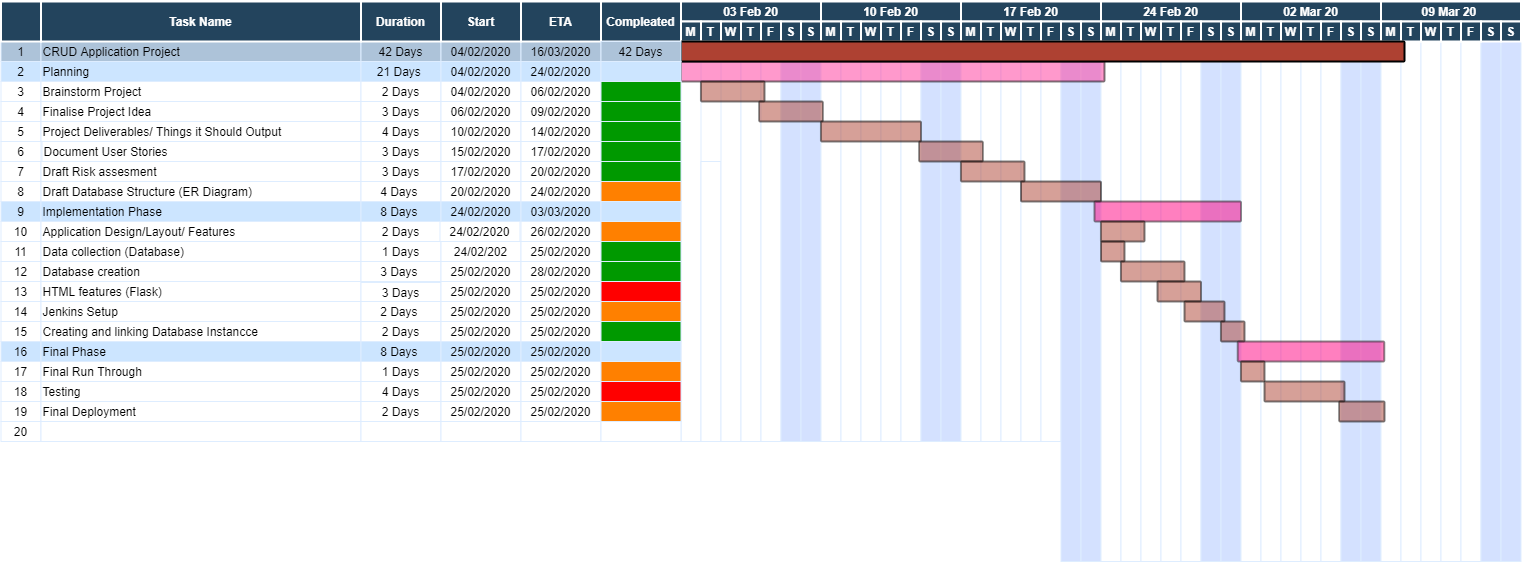
This is Documentation/Gnatt Project Planning Chart.png from zReginaldo/QA-CRUD-PROJECT, a draw.io export, as it was before one commit. Source tidied: cells renumbered, new cells last; positions are measured from the earlier drawing's top-left corner, leaving out a move shared by most shapes.
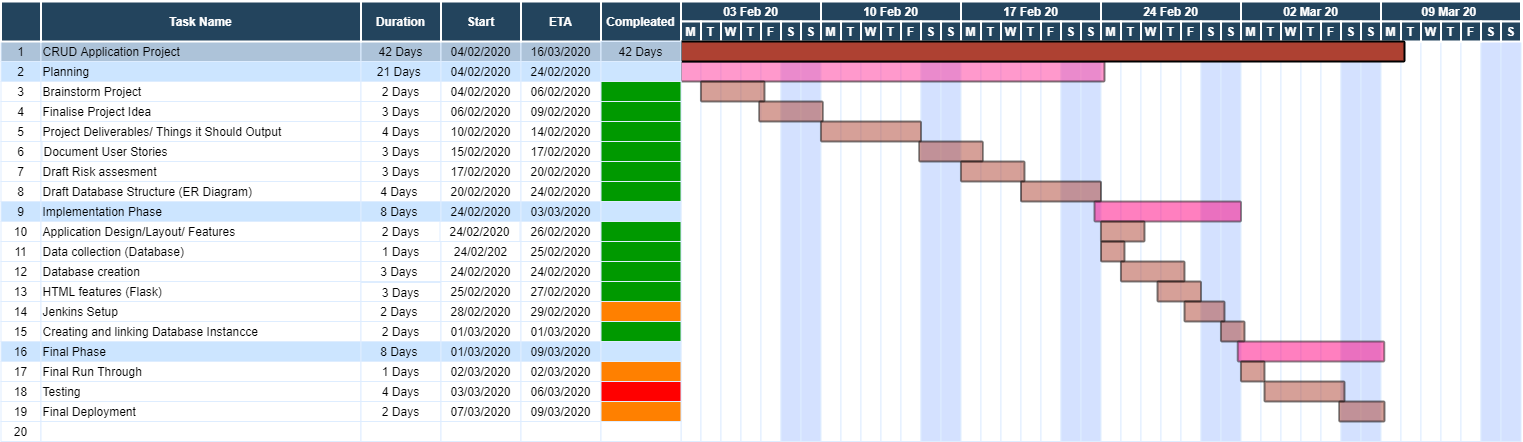
The same file after the commit.

The edit, as a diff of the source:
```diff
@@ -198,7 +198,7 @@
       <mxGeometry x="680.5" y="40" width="20" height="400" as="geometry" />
     </mxCell>
     <mxCell id="67" style="strokeColor=#DEEDFF;" parent="1" vertex="1">
-      <mxGeometry x="700.5" y="160" width="20" height="280" as="geometry" />
+      <mxGeometry x="700.5" y="60" width="20" height="380" as="geometry" />
     </mxCell>
     <mxCell id="68" style="strokeColor=#DEEDFF;" parent="1" vertex="1">
       <mxGeometry x="720.5" y="40" width="20" height="400" as="geometry" />
@@ -252,73 +252,73 @@
       <mxGeometry x="1040.5" y="40" width="20" height="400" as="geometry" />
     </mxCell>
     <mxCell id="85" style="strokeColor=#DEEDFF;fillColor=#D4E1FF;" parent="1" vertex="1">
-      <mxGeometry x="1060.5" y="40" width="20" height="520" as="geometry" />
+      <mxGeometry x="1060.5" y="40" width="20" height="400" as="geometry" />
     </mxCell>
     <mxCell id="86" style="strokeColor=#DEEDFF;fillColor=#D4E1FF;" parent="1" vertex="1">
-      <mxGeometry x="1080.5" y="40" width="20" height="520" as="geometry" />
+      <mxGeometry x="1080.5" y="40" width="20" height="400" as="geometry" />
     </mxCell>
     <mxCell id="87" style="strokeColor=#DEEDFF;" parent="1" vertex="1">
-      <mxGeometry x="1100.5" y="40" width="20" height="520" as="geometry" />
+      <mxGeometry x="1100.5" y="40" width="20" height="400" as="geometry" />
     </mxCell>
     <mxCell id="88" style="strokeColor=#DEEDFF;" parent="1" vertex="1">
-      <mxGeometry x="1120.5" y="40" width="20" height="520" as="geometry" />
+      <mxGeometry x="1120.5" y="40" width="20" height="400" as="geometry" />
     </mxCell>
     <mxCell id="89" style="strokeColor=#DEEDFF;" parent="1" vertex="1">
-      <mxGeometry x="1140.5" y="40" width="20" height="520" as="geometry" />
+      <mxGeometry x="1140.5" y="40" width="20" height="400" as="geometry" />
     </mxCell>
     <mxCell id="90" style="strokeColor=#DEEDFF;" parent="1" vertex="1">
-      <mxGeometry x="1160.5" y="40" width="20" height="520" as="geometry" />
+      <mxGeometry x="1160.5" y="40" width="20" height="400" as="geometry" />
     </mxCell>
     <mxCell id="91" style="strokeColor=#DEEDFF;" parent="1" vertex="1">
-      <mxGeometry x="1180.5" y="40" width="20" height="520" as="geometry" />
+      <mxGeometry x="1180.5" y="40" width="20" height="400" as="geometry" />
     </mxCell>
     <mxCell id="92" style="strokeColor=#DEEDFF;fillColor=#D4E1FF;" parent="1" vertex="1">
-      <mxGeometry x="1200.5" y="40" width="20" height="520" as="geometry" />
+      <mxGeometry x="1200.5" y="40" width="20" height="400" as="geometry" />
     </mxCell>
     <mxCell id="93" style="strokeColor=#DEEDFF;fillColor=#D4E1FF;" parent="1" vertex="1">
-      <mxGeometry x="1220.5" y="40" width="20" height="520" as="geometry" />
+      <mxGeometry x="1220.5" y="40" width="20" height="400" as="geometry" />
     </mxCell>
     <mxCell id="94" style="strokeColor=#DEEDFF;" parent="1" vertex="1">
-      <mxGeometry x="1240.5" y="40" width="20" height="520" as="geometry" />
+      <mxGeometry x="1240.5" y="40" width="20" height="400" as="geometry" />
     </mxCell>
     <mxCell id="95" style="strokeColor=#DEEDFF;" parent="1" vertex="1">
-      <mxGeometry x="1260.5" y="40" width="20" height="520" as="geometry" />
+      <mxGeometry x="1260.5" y="40" width="20" height="400" as="geometry" />
     </mxCell>
     <mxCell id="96" style="strokeColor=#DEEDFF;" parent="1" vertex="1">
-      <mxGeometry x="1280.5" y="40" width="20" height="520" as="geometry" />
+      <mxGeometry x="1280.5" y="40" width="20" height="400" as="geometry" />
     </mxCell>
     <mxCell id="97" style="strokeColor=#DEEDFF;" parent="1" vertex="1">
-      <mxGeometry x="1300.5" y="40" width="20" height="520" as="geometry" />
+      <mxGeometry x="1300.5" y="40" width="20" height="400" as="geometry" />
     </mxCell>
     <mxCell id="98" style="strokeColor=#DEEDFF;" parent="1" vertex="1">
-      <mxGeometry x="1320.5" y="40" width="20" height="520" as="geometry" />
+      <mxGeometry x="1320.5" y="40" width="20" height="400" as="geometry" />
     </mxCell>
     <mxCell id="99" style="strokeColor=#DEEDFF;fillColor=#D4E1FF;" parent="1" vertex="1">
-      <mxGeometry x="1340.5" y="40" width="20" height="520" as="geometry" />
+      <mxGeometry x="1340.5" y="40" width="20" height="400" as="geometry" />
     </mxCell>
     <mxCell id="100" style="strokeColor=#DEEDFF;fillColor=#D4E1FF;" parent="1" vertex="1">
-      <mxGeometry x="1360.5" y="40" width="20" height="520" as="geometry" />
+      <mxGeometry x="1360.5" y="40" width="20" height="400" as="geometry" />
     </mxCell>
     <mxCell id="101" style="strokeColor=#DEEDFF;" parent="1" vertex="1">
-      <mxGeometry x="1380.5" y="40" width="20" height="520" as="geometry" />
+      <mxGeometry x="1380.5" y="40" width="20" height="400" as="geometry" />
     </mxCell>
     <mxCell id="102" style="strokeColor=#DEEDFF;" parent="1" vertex="1">
-      <mxGeometry x="1400.5" y="40" width="20" height="520" as="geometry" />
+      <mxGeometry x="1400.5" y="40" width="20" height="400" as="geometry" />
     </mxCell>
     <mxCell id="103" style="strokeColor=#DEEDFF;" parent="1" vertex="1">
-      <mxGeometry x="1420.5" y="40" width="20" height="520" as="geometry" />
+      <mxGeometry x="1420.5" y="40" width="20" height="400" as="geometry" />
     </mxCell>
     <mxCell id="104" style="strokeColor=#DEEDFF;" parent="1" vertex="1">
-      <mxGeometry x="1440.5" y="40" width="20" height="520" as="geometry" />
+      <mxGeometry x="1440.5" y="40" width="20" height="400" as="geometry" />
     </mxCell>
     <mxCell id="105" style="strokeColor=#DEEDFF;" parent="1" vertex="1">
-      <mxGeometry x="1460.5" y="40" width="20" height="520" as="geometry" />
+      <mxGeometry x="1460.5" y="40" width="20" height="400" as="geometry" />
     </mxCell>
     <mxCell id="106" style="strokeColor=#DEEDFF;fillColor=#D4E1FF;" parent="1" vertex="1">
-      <mxGeometry x="1480.5" y="40" width="20" height="520" as="geometry" />
+      <mxGeometry x="1480.5" y="40" width="20" height="400" as="geometry" />
     </mxCell>
     <mxCell id="107" style="strokeColor=#DEEDFF;fillColor=#D4E1FF;" parent="1" vertex="1">
-      <mxGeometry x="1500.5" y="40" width="20" height="520" as="geometry" />
+      <mxGeometry x="1500.5" y="40" width="20" height="400" as="geometry" />
     </mxCell>
     <mxCell id="108" value="03 Feb 20" style="fillColor=#23445D;strokeColor=#FFFFFF;strokeWidth=2;fontColor=#FFFFFF;fontStyle=1;" parent="1" vertex="1">
       <mxGeometry x="680.5" width="140" height="20" as="geometry" />
@@ -554,52 +554,52 @@
     <mxCell id="185" value="25/02/2020" style="strokeColor=#DEEDFF;" parent="1" vertex="1">
       <mxGeometry x="520.5" y="240" width="80" height="20" as="geometry" />
     </mxCell>
-    <mxCell id="186" value="25/02/2020" style="strokeColor=#DEEDFF;" parent="1" vertex="1">
+    <mxCell id="186" value="24/02/2020" style="strokeColor=#DEEDFF;" parent="1" vertex="1">
       <mxGeometry x="440.5" y="260" width="80" height="20" as="geometry" />
     </mxCell>
-    <mxCell id="187" value="28/02/2020" style="strokeColor=#DEEDFF;" parent="1" vertex="1">
+    <mxCell id="187" value="24/02/2020" style="strokeColor=#DEEDFF;" parent="1" vertex="1">
       <mxGeometry x="520.5" y="260" width="80" height="20" as="geometry" />
     </mxCell>
     <mxCell id="188" value="25/02/2020" style="strokeColor=#DEEDFF;" parent="1" vertex="1">
       <mxGeometry x="440.5" y="280" width="80" height="20" as="geometry" />
     </mxCell>
-    <mxCell id="189" value="25/02/2020" style="strokeColor=#DEEDFF;" parent="1" vertex="1">
+    <mxCell id="189" value="27/02/2020" style="strokeColor=#DEEDFF;" parent="1" vertex="1">
       <mxGeometry x="520.5" y="280" width="80" height="20" as="geometry" />
     </mxCell>
-    <mxCell id="190" value="25/02/2020" style="strokeColor=#DEEDFF;" parent="1" vertex="1">
+    <mxCell id="190" value="28/02/2020" style="strokeColor=#DEEDFF;" parent="1" vertex="1">
       <mxGeometry x="440.5" y="300" width="80" height="20" as="geometry" />
     </mxCell>
-    <mxCell id="191" value="25/02/2020" style="strokeColor=#DEEDFF;" parent="1" vertex="1">
+    <mxCell id="191" value="29/02/2020" style="strokeColor=#DEEDFF;" parent="1" vertex="1">
       <mxGeometry x="520.5" y="300" width="80" height="20" as="geometry" />
     </mxCell>
-    <mxCell id="192" value="25/02/2020" style="strokeColor=#DEEDFF;fillColor=#FFFFFF;" parent="1" vertex="1">
+    <mxCell id="192" value="01/03/2020" style="strokeColor=#DEEDFF;fillColor=#FFFFFF;" parent="1" vertex="1">
       <mxGeometry x="440.5" y="320" width="80" height="20" as="geometry" />
     </mxCell>
-    <mxCell id="193" value="25/02/2020" style="strokeColor=#DEEDFF;fillColor=#FFFFFF;" parent="1" vertex="1">
+    <mxCell id="193" value="01/03/2020" style="strokeColor=#DEEDFF;fillColor=#FFFFFF;" parent="1" vertex="1">
       <mxGeometry x="520.5" y="320" width="80" height="20" as="geometry" />
     </mxCell>
-    <mxCell id="194" value="25/02/2020" style="strokeColor=#DEEDFF;fillColor=#CCE5FF;" parent="1" vertex="1">
+    <mxCell id="194" value="01/03/2020" style="strokeColor=#DEEDFF;fillColor=#CCE5FF;" parent="1" vertex="1">
       <mxGeometry x="440.5" y="340" width="80" height="20" as="geometry" />
     </mxCell>
-    <mxCell id="195" value="25/02/2020" style="strokeColor=#DEEDFF;fillColor=#CCE5FF;" parent="1" vertex="1">
+    <mxCell id="195" value="09/03/2020" style="strokeColor=#DEEDFF;fillColor=#CCE5FF;" parent="1" vertex="1">
       <mxGeometry x="520.5" y="340" width="80" height="20" as="geometry" />
     </mxCell>
-    <mxCell id="196" value="25/02/2020" style="strokeColor=#DEEDFF;" parent="1" vertex="1">
+    <mxCell id="196" value="02/03/2020" style="strokeColor=#DEEDFF;" parent="1" vertex="1">
       <mxGeometry x="440.5" y="360" width="80" height="20" as="geometry" />
     </mxCell>
-    <mxCell id="197" value="25/02/2020" style="strokeColor=#DEEDFF;" parent="1" vertex="1">
+    <mxCell id="197" value="02/03/2020" style="strokeColor=#DEEDFF;" parent="1" vertex="1">
       <mxGeometry x="520.5" y="360" width="80" height="20" as="geometry" />
     </mxCell>
-    <mxCell id="198" value="25/02/2020" style="strokeColor=#DEEDFF;" parent="1" vertex="1">
+    <mxCell id="198" value="03/03/2020" style="strokeColor=#DEEDFF;" parent="1" vertex="1">
       <mxGeometry x="440.5" y="380" width="80" height="20" as="geometry" />
     </mxCell>
-    <mxCell id="199" value="25/02/2020" style="strokeColor=#DEEDFF;" parent="1" vertex="1">
+    <mxCell id="199" value="06/03/2020" style="strokeColor=#DEEDFF;" parent="1" vertex="1">
       <mxGeometry x="520.5" y="380" width="80" height="20" as="geometry" />
     </mxCell>
-    <mxCell id="200" value="25/02/2020" style="strokeColor=#DEEDFF;" parent="1" vertex="1">
+    <mxCell id="200" value="07/03/2020" style="strokeColor=#DEEDFF;" parent="1" vertex="1">
       <mxGeometry x="440.5" y="400" width="80" height="20" as="geometry" />
     </mxCell>
-    <mxCell id="201" value="25/02/2020" style="strokeColor=#DEEDFF;" parent="1" vertex="1">
+    <mxCell id="201" value="09/03/2020" style="strokeColor=#DEEDFF;" parent="1" vertex="1">
       <mxGeometry x="520.5" y="400" width="80" height="20" as="geometry" />
     </mxCell>
     <mxCell id="202" style="strokeColor=#DEEDFF;" parent="1" vertex="1">
@@ -638,7 +638,7 @@
     <mxCell id="213" style="strokeColor=#DEEDFF;fillColor=#CCE5FF;" parent="1" vertex="1">
       <mxGeometry x="600.5" y="200" width="80" height="20" as="geometry" />
     </mxCell>
-    <mxCell id="214" style="strokeColor=#DEEDFF;fillColor=#FF8000;" parent="1" vertex="1">
+    <mxCell id="214" style="strokeColor=#DEEDFF;fillColor=#009900;" parent="1" vertex="1">
       <mxGeometry x="600.5" y="220" width="80" height="20" as="geometry" />
     </mxCell>
     <mxCell id="215" style="strokeColor=#DEEDFF;fillColor=#009900;" parent="1" vertex="1">
@@ -647,7 +647,7 @@
     <mxCell id="216" style="strokeColor=#DEEDFF;fillColor=#009900;" parent="1" vertex="1">
       <mxGeometry x="600.5" y="260" width="80" height="20" as="geometry" />
     </mxCell>
-    <mxCell id="217" style="strokeColor=#DEEDFF;fillColor=#FF0000;" parent="1" vertex="1">
+    <mxCell id="217" style="strokeColor=#DEEDFF;fillColor=#009900;" parent="1" vertex="1">
       <mxGeometry x="600.5" y="280" width="80" height="20" as="geometry" />
     </mxCell>
     <mxCell id="218" style="strokeColor=#DEEDFF;fillColor=#FF8000;" parent="1" vertex="1">
@@ -671,7 +671,7 @@
     <mxCell id="224" style="strokeColor=#DEEDFF;" parent="1" vertex="1">
       <mxGeometry x="600.5" y="420" width="80" height="20" as="geometry" />
     </mxCell>
-    <mxCell id="225" style="strokeColor=#DEEDFF;fillColor=#FF8000;" parent="1" vertex="1">
+    <mxCell id="225" style="strokeColor=#DEEDFF;fillColor=#009900;" parent="1" vertex="1">
       <mxGeometry x="600.5" y="180" width="80" height="20" as="geometry" />
     </mxCell>
     <mxCell id="226" style="shape=mxgraph.flowchart.process;fillColor=#FF0080;strokeColor=#1A1A1A;strokeWidth=2;opacity=50;shadow=0;" parent="1" vertex="1">
```
